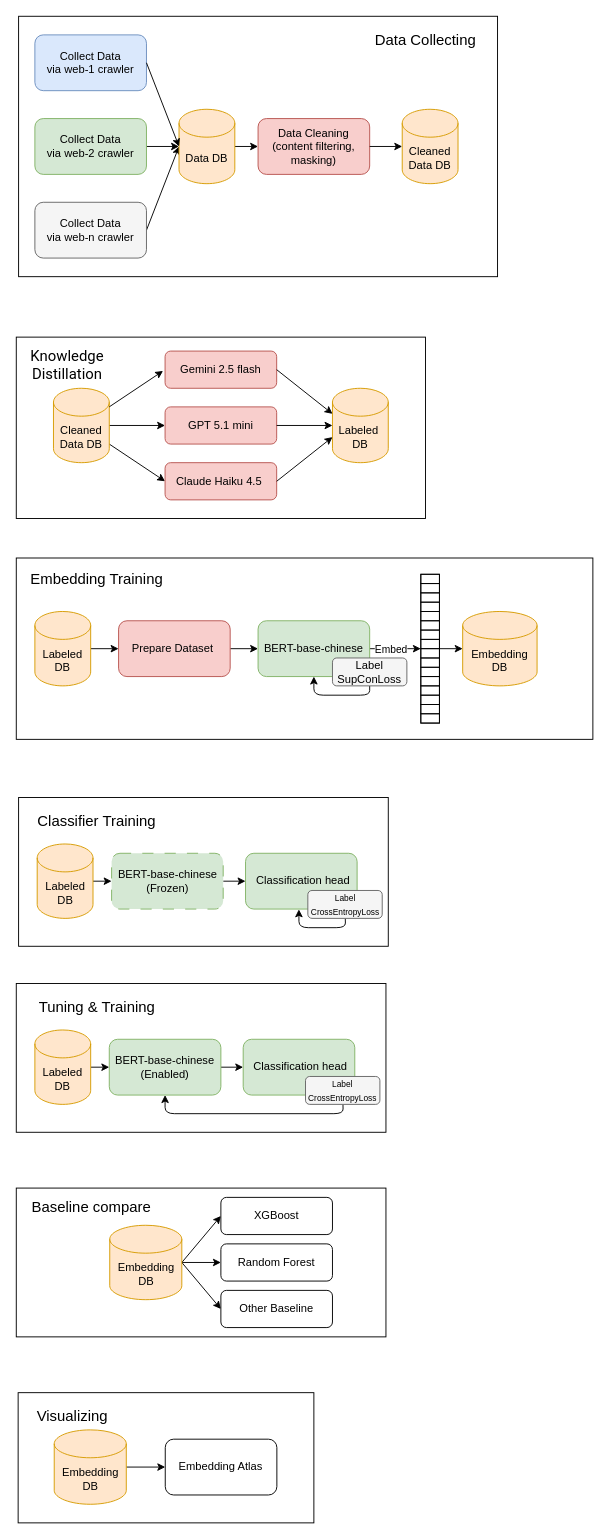
The draw.io diagram stance_pipeline.drawio in abcd1234davidchen/PolStance, before the edit. Source tidied: cells renumbered, new cells numbered last; positions are measured from the earlier drawing's top-left corner, leaving out a move shared by most shapes. Both pictures are drawn from the tidied source at 93%, with x=0, y=0 at pixel (16, 16).
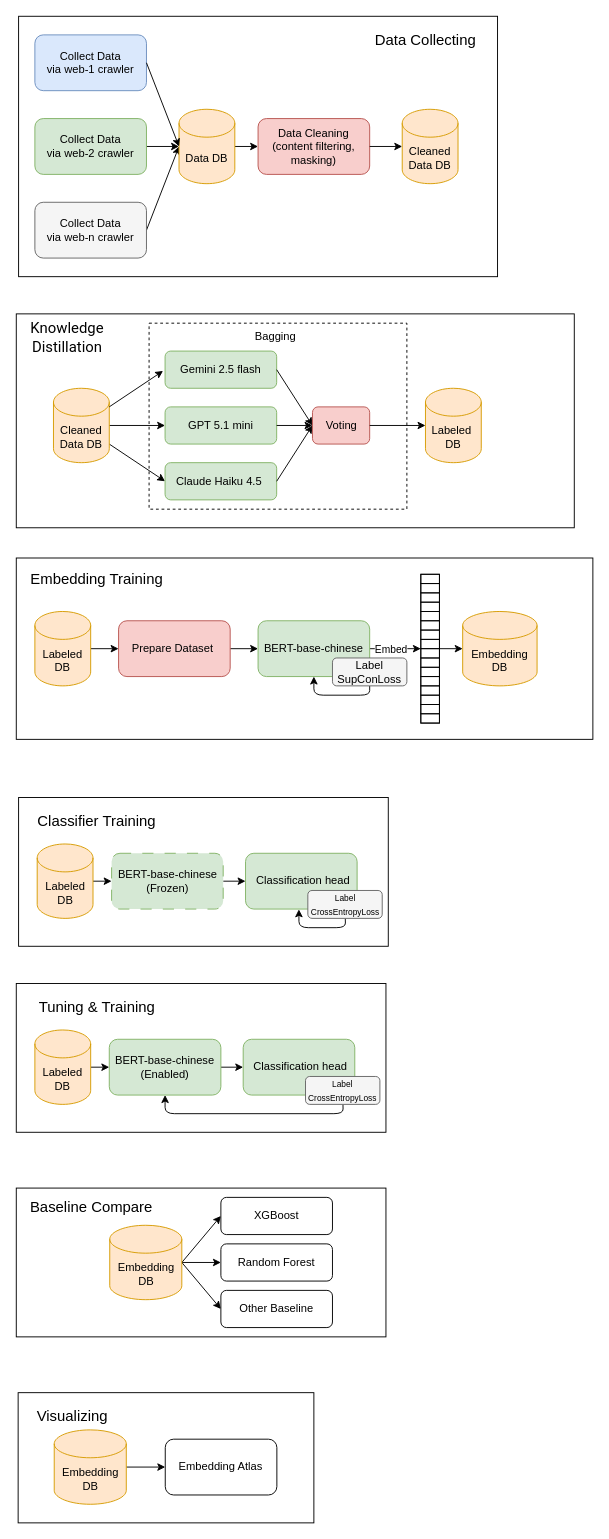
The same page after the edit.

Commit message:
fix: flow chart

The edit, as a diff of the source:
```diff
@@
+    <mxCell id="5" style="rounded=0;whiteSpace=wrap;html=1;fillColor=none;fontColor=light-dark(#000000,#FFFFFF);" parent="1" vertex="1">
+      <mxGeometry y="320" width="600" height="230" as="geometry" />
+    </mxCell>
+    <mxCell id="106" style="rounded=0;whiteSpace=wrap;html=1;fillColor=none;fontColor=light-dark(#000000,#FFFFFF);dashed=1;" parent="1" vertex="1">
+      <mxGeometry x="142.8" y="330" width="277.2" height="200" as="geometry" />
+    </mxCell>
@@
-    <mxCell id="5" style="rounded=0;whiteSpace=wrap;html=1;fillColor=none;fontColor=light-dark(#000000,#FFFFFF);" parent="1" vertex="1">
-      <mxGeometry y="345" width="440" height="195" as="geometry" />
-    </mxCell>
@@
-    <mxCell id="20" value="Gemini 2.5 flash" style="rounded=1;whiteSpace=wrap;html=1;fillColor=#f8cecc;strokeColor=#b85450;" parent="1" vertex="1">
+    <mxCell id="20" value="Gemini 2.5 flash" style="rounded=1;whiteSpace=wrap;html=1;fillColor=#d5e8d4;strokeColor=#82b366;" parent="1" vertex="1">
       <mxGeometry x="160" y="360" width="120" height="40" as="geometry" />
     </mxCell>
-    <mxCell id="21" value="GPT 5.1 mini" style="rounded=1;whiteSpace=wrap;html=1;fillColor=#f8cecc;strokeColor=#b85450;" parent="1" vertex="1">
+    <mxCell id="21" value="GPT 5.1 mini" style="rounded=1;whiteSpace=wrap;html=1;fillColor=#d5e8d4;strokeColor=#82b366;" parent="1" vertex="1">
       <mxGeometry x="160" y="420" width="120" height="40" as="geometry" />
     </mxCell>
-    <mxCell id="22" value="Claude Haiku 4.5&amp;nbsp;" style="rounded=1;whiteSpace=wrap;html=1;fillColor=#f8cecc;strokeColor=#b85450;" parent="1" vertex="1">
+    <mxCell id="22" value="Claude Haiku 4.5&amp;nbsp;" style="rounded=1;whiteSpace=wrap;html=1;fillColor=#d5e8d4;strokeColor=#82b366;" parent="1" vertex="1">
       <mxGeometry x="160" y="480" width="120" height="40" as="geometry" />
     </mxCell>
@@
     <mxCell id="24" value="&lt;div&gt;&lt;font style=&quot;color: light-dark(rgb(0, 0, 0), rgb(255, 255, 255));&quot;&gt;Labeled&amp;nbsp;&lt;/font&gt;&lt;/div&gt;&lt;div&gt;&lt;font style=&quot;color: light-dark(rgb(0, 0, 0), rgb(255, 255, 255));&quot;&gt;DB&lt;/font&gt;&lt;/div&gt;" style="shape=cylinder3;whiteSpace=wrap;html=1;boundedLbl=1;backgroundOutline=1;size=15;fillColor=#ffe6cc;strokeColor=#d79b00;" parent="1" vertex="1">
-      <mxGeometry x="340" y="400" width="60" height="80" as="geometry" />
+      <mxGeometry x="440" y="400" width="60" height="80" as="geometry" />
     </mxCell>
-    <mxCell id="25" style="edgeStyle=none;html=1;exitX=1;exitY=0.5;exitDx=0;exitDy=0;entryX=0;entryY=0;entryDx=0;entryDy=27.5;entryPerimeter=0;fontColor=light-dark(#000000,#FFFFFF);" parent="1" edge="1" source="20" target="24">
+    <mxCell id="25" style="edgeStyle=none;html=1;exitX=1;exitY=0.5;exitDx=0;exitDy=0;entryX=0;entryY=0.5;entryDx=0;entryDy=0;fontColor=light-dark(#000000,#FFFFFF);" parent="1" edge="1" source="20" target="107">
       <mxGeometry relative="1" as="geometry" />
     </mxCell>
-    <mxCell id="26" style="edgeStyle=none;html=1;exitX=1;exitY=0.5;exitDx=0;exitDy=0;entryX=0;entryY=0.5;entryDx=0;entryDy=0;entryPerimeter=0;fontColor=light-dark(#000000,#FFFFFF);" parent="1" edge="1" source="21" target="24">
+    <mxCell id="26" style="edgeStyle=none;html=1;exitX=1;exitY=0.5;exitDx=0;exitDy=0;entryX=0;entryY=0.5;entryDx=0;entryDy=0;fontColor=light-dark(#000000,#FFFFFF);" parent="1" edge="1" source="21" target="107">
       <mxGeometry relative="1" as="geometry" />
     </mxCell>
-    <mxCell id="27" style="edgeStyle=none;html=1;exitX=1;exitY=0.5;exitDx=0;exitDy=0;entryX=0;entryY=0;entryDx=0;entryDy=52.5;entryPerimeter=0;fontColor=light-dark(#000000,#FFFFFF);" parent="1" edge="1" source="22" target="24">
+    <mxCell id="27" style="edgeStyle=none;html=1;exitX=1;exitY=0.5;exitDx=0;exitDy=0;entryX=0;entryY=0.5;entryDx=0;entryDy=0;fontColor=light-dark(#000000,#FFFFFF);" parent="1" edge="1" source="22" target="107">
       <mxGeometry relative="1" as="geometry" />
     </mxCell>
     <mxCell id="28" value="&lt;span style=&quot;font-family: &amp;quot;Google Sans&amp;quot;, Roboto, Arial, sans-serif; font-size: 16px; text-align: start;&quot;&gt;&lt;font style=&quot;color: light-dark(rgb(0, 0, 0), rgb(255, 255, 255));&quot;&gt;Knowledge Distillation&lt;/font&gt;&lt;/span&gt;" style="text;html=1;align=center;verticalAlign=middle;whiteSpace=wrap;rounded=0;fontColor=light-dark(#000000,#FFFFFF);" parent="1" vertex="1">
-      <mxGeometry x="10" y="360" width="90" height="30" as="geometry" />
+      <mxGeometry x="9.5" y="330" width="90" height="30" as="geometry" />
     </mxCell>
@@
-    <mxCell id="103" value="&lt;span style=&quot;font-size: 16px;&quot;&gt;&lt;font style=&quot;color: light-dark(rgb(0, 0, 0), rgb(255, 255, 255));&quot;&gt;Baseline compare&lt;/font&gt;&lt;/span&gt;" style="text;html=1;align=center;verticalAlign=middle;whiteSpace=wrap;rounded=0;" parent="1" vertex="1">
+    <mxCell id="103" value="&lt;span style=&quot;font-size: 16px;&quot;&gt;&lt;font style=&quot;color: light-dark(rgb(0, 0, 0), rgb(255, 255, 255));&quot;&gt;Baseline Compare&lt;/font&gt;&lt;/span&gt;" style="text;html=1;align=center;verticalAlign=middle;whiteSpace=wrap;rounded=0;" parent="1" vertex="1">
       <mxGeometry x="2" y="1265" width="158" height="30" as="geometry" />
     </mxCell>
@@
+    <mxCell id="107" value="Voting" style="rounded=1;whiteSpace=wrap;html=1;fillColor=#f8cecc;strokeColor=#b85450;" parent="1" vertex="1">
+      <mxGeometry x="318.5" y="420" width="61.5" height="40" as="geometry" />
+    </mxCell>
+    <mxCell id="108" style="edgeStyle=none;html=1;entryX=0;entryY=0.5;entryDx=0;entryDy=0;entryPerimeter=0;" parent="1" edge="1" source="107" target="24">
+      <mxGeometry relative="1" as="geometry" />
+    </mxCell>
+    <mxCell id="109" value="Bagging" style="text;html=1;align=center;verticalAlign=middle;whiteSpace=wrap;rounded=0;" parent="1" vertex="1">
+      <mxGeometry x="238.5" y="330" width="80" height="30" as="geometry" />
+    </mxCell>
```
